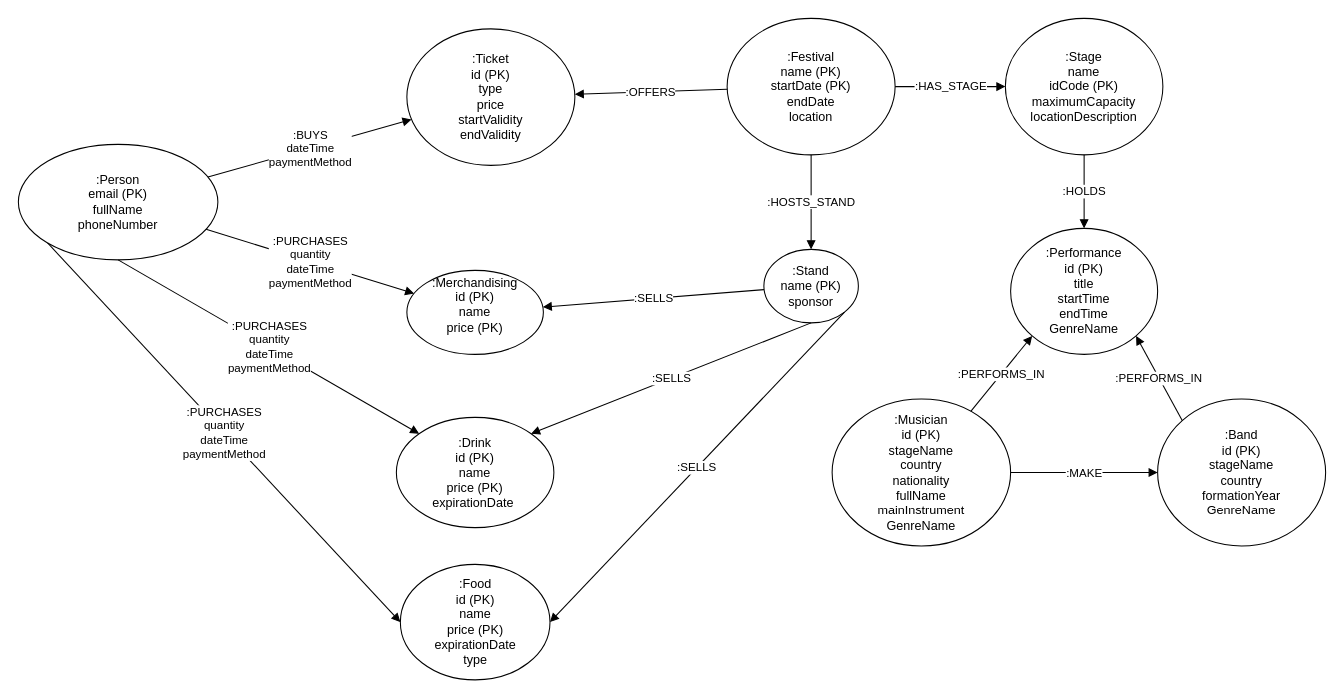
This is festival_neo4j_ISA_fixed.drawio from francescoaurora/EICTA, a draw.io file, before an edit. Source tidied: cells renumbered, new cells numbered last; positions are measured from the earlier drawing's top-left corner, leaving out a move shared by most shapes. Both pictures are drawn from the tidied source at 105%, with x=0, y=0 at pixel (18, 18).
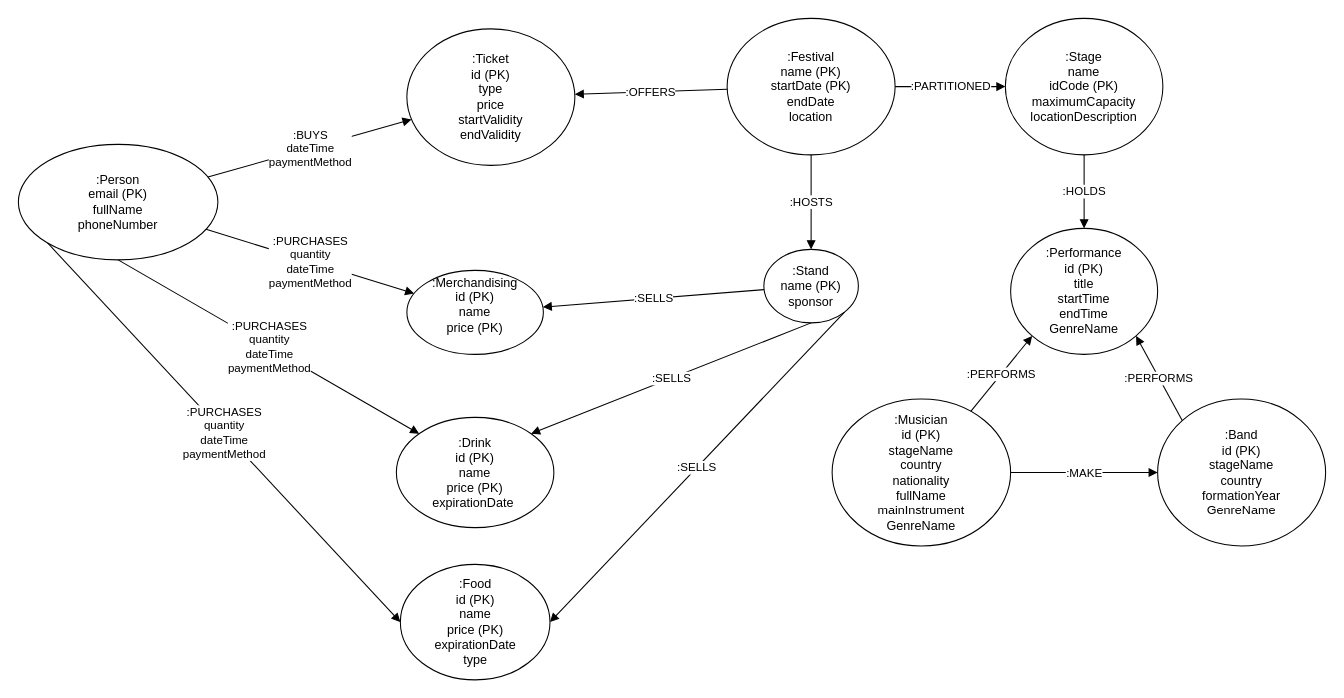
The same page after the edit.

Unchanged cells that the change refers to:
```xml
<mxCell id="4" value=":Festival&lt;br&gt;name (PK)&lt;br&gt;startDate (PK)&lt;br&gt;endDate&lt;br&gt;location" style="ellipse;whiteSpace=wrap;html=1;" parent="1" vertex="1">
  <mxGeometry x="675" width="160" height="130" as="geometry" />
</mxCell>
<mxCell id="5" value=":Stage&lt;br&gt;name&lt;br&gt;idCode (PK)&lt;br&gt;maximumCapacity&lt;br&gt;locationDescription" style="ellipse;whiteSpace=wrap;html=1;" parent="1" vertex="1">
  <mxGeometry x="940" width="150" height="130" as="geometry" />
</mxCell>
<mxCell id="6" value=":Performance&lt;br&gt;id (PK)&lt;br&gt;title&lt;br&gt;startTime&lt;br&gt;endTime&lt;br&gt;GenreName" style="ellipse;whiteSpace=wrap;html=1;" parent="1" vertex="1">
  <mxGeometry x="945" y="200" width="140" height="120" as="geometry" />
</mxCell>
<mxCell id="7" value=":Musician&lt;br&gt;id (PK)&lt;br&gt;stageName&lt;br&gt;country&lt;br&gt;nationality&lt;br&gt;fullName&lt;br&gt;mainInstrument&lt;br&gt;GenreName" style="ellipse;whiteSpace=wrap;html=1;" parent="1" vertex="1">
  <mxGeometry x="775" y="362.5" width="170" height="140" as="geometry" />
</mxCell>
<mxCell id="8" value=":Stand&lt;br&gt;name (&lt;span style=&quot;background-color: transparent; color: light-dark(rgb(0, 0, 0), rgb(255, 255, 255));&quot;&gt;PK)&lt;/span&gt;&lt;div&gt;sponsor&lt;/div&gt;" style="ellipse;whiteSpace=wrap;html=1;" parent="1" vertex="1">
  <mxGeometry x="710" y="220" width="90" height="70" as="geometry" />
</mxCell>
<mxCell id="24" value=":Band&lt;br&gt;id (PK)&lt;br&gt;stageName&lt;br&gt;country&lt;br&gt;formationYear&lt;br&gt;GenreName" style="ellipse;whiteSpace=wrap;html=1;" parent="1" vertex="1">
  <mxGeometry x="1085" y="362.5" width="160" height="140" as="geometry" />
</mxCell>
```

The edit, as a diff of the source:
```diff
@@
-    <mxCell id="13" value=":HAS_STAGE" style="endArrow=block;html=1;labelBackgroundColor=#FFFFFF;" parent="1" edge="1" source="4" target="5">
+    <mxCell id="13" value=":PARTITIONED" style="endArrow=block;html=1;labelBackgroundColor=#FFFFFF;" parent="1" edge="1" source="4" target="5">
       <mxGeometry relative="1" as="geometry" />
     </mxCell>
@@
-    <mxCell id="15" value=":PERFORMS_IN" style="endArrow=block;html=1;labelBackgroundColor=#FFFFFF;entryX=0;entryY=1;entryDx=0;entryDy=0;" parent="1" edge="1" source="7" target="6">
+    <mxCell id="15" value=":PERFORMS" style="endArrow=block;html=1;labelBackgroundColor=#FFFFFF;entryX=0;entryY=1;entryDx=0;entryDy=0;" parent="1" edge="1" source="7" target="6">
       <mxGeometry relative="1" as="geometry" />
     </mxCell>
-    <mxCell id="16" value=":HOSTS_STAND" style="endArrow=block;html=1;labelBackgroundColor=#FFFFFF;" parent="1" edge="1" source="4" target="8">
+    <mxCell id="16" value=":HOSTS" style="endArrow=block;html=1;labelBackgroundColor=#FFFFFF;" parent="1" edge="1" source="4" target="8">
       <mxGeometry relative="1" as="geometry" />
     </mxCell>
@@
-    <mxCell id="25" value=":PERFORMS_IN" style="endArrow=block;html=1;labelBackgroundColor=#FFFFFF;entryX=1;entryY=1;entryDx=0;entryDy=0;exitX=0;exitY=0;exitDx=0;exitDy=0;" parent="1" edge="1" source="24" target="6">
+    <mxCell id="25" value=":PERFORMS" style="endArrow=block;html=1;labelBackgroundColor=#FFFFFF;entryX=1;entryY=1;entryDx=0;entryDy=0;exitX=0;exitY=0;exitDx=0;exitDy=0;" parent="1" edge="1" source="24" target="6">
       <mxGeometry relative="1" as="geometry" />
     </mxCell>
```
